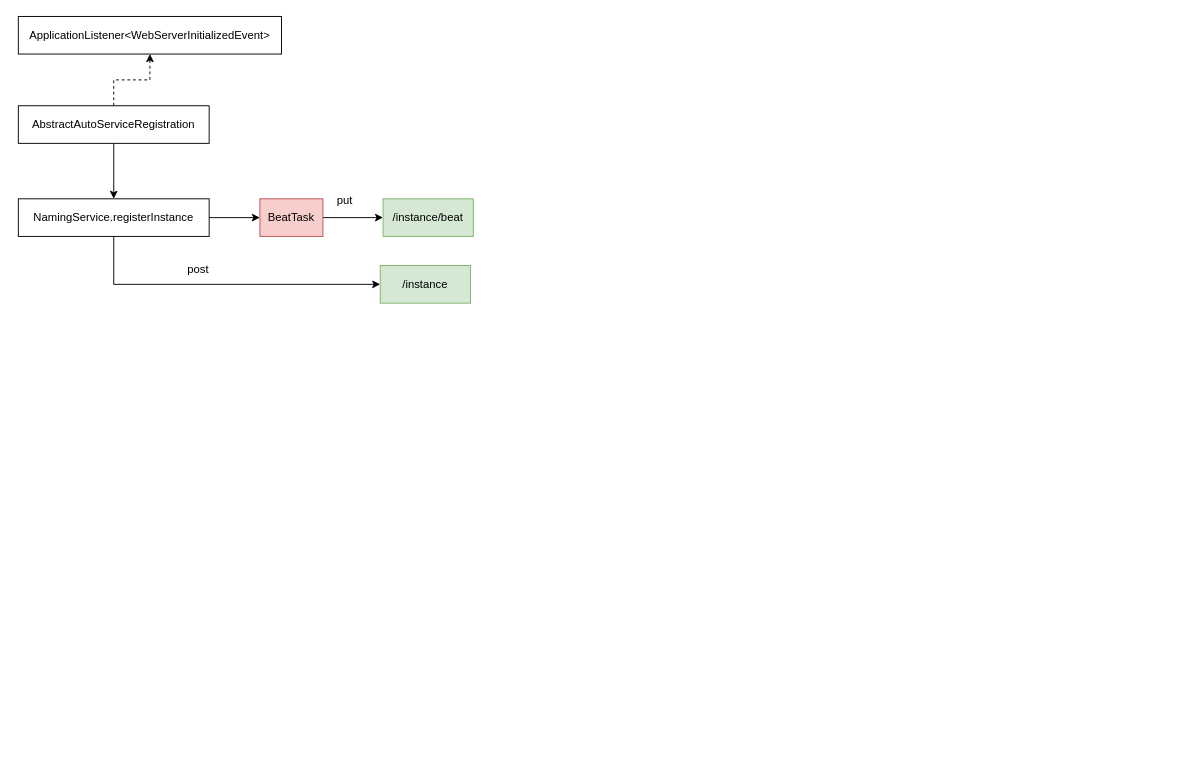
Above: spring-cloud-alibaba.drawio in wang86924324/workstation (draw.io), before the change. Source tidied: cells renumbered, new cells numbered last; positions are measured from the earlier drawing's top-left corner, leaving out a move shared by most shapes. Both pictures are drawn from the tidied source at 94%, with x=0, y=0 at pixel (18, 16).
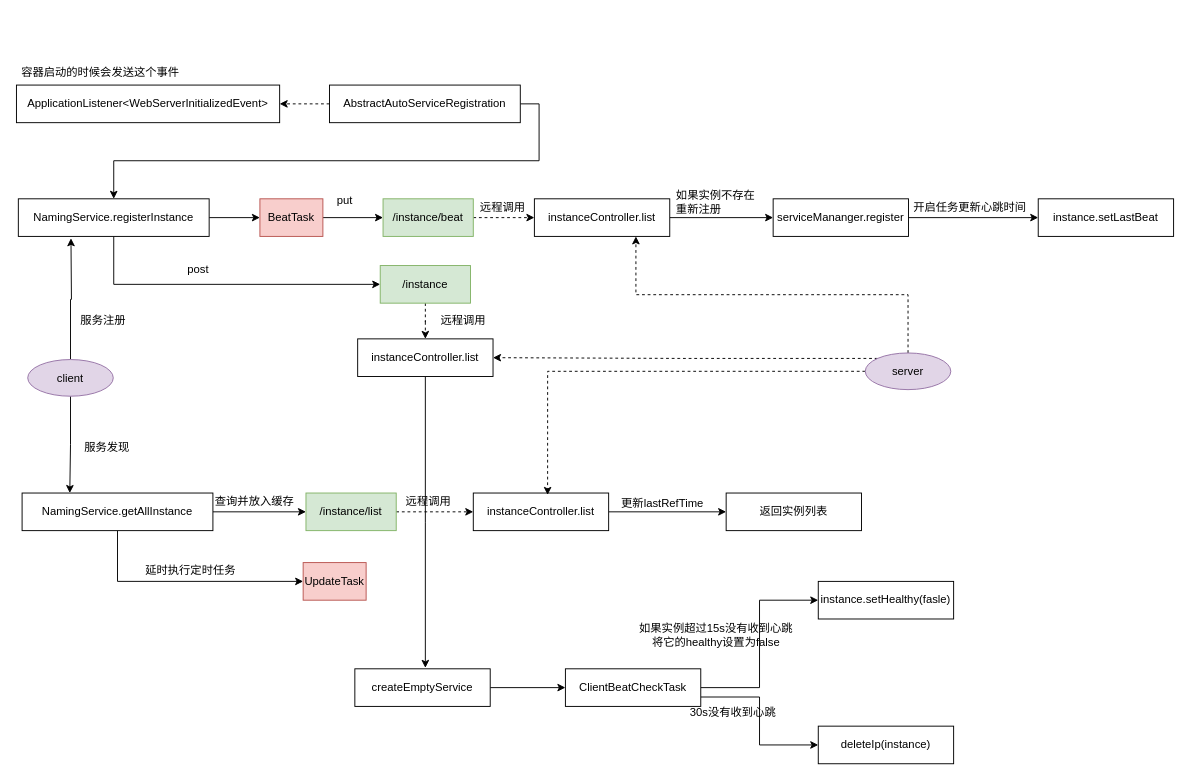
The same diagram, later.

Unchanged cells that the change refers to:
```xml
<mxCell id="8" value="NamingService.registerInstance" style="rounded=0;whiteSpace=wrap;html=1;" parent="1" vertex="1">
  <mxGeometry y="194" width="203" height="40" as="geometry" />
</mxCell>
<mxCell id="11" value="/instance/beat" style="rounded=0;whiteSpace=wrap;html=1;fillColor=#d5e8d4;strokeColor=#82b366;" parent="1" vertex="1">
  <mxGeometry x="388" y="194" width="96" height="40" as="geometry" />
</mxCell>
<mxCell id="12" value="/instance" style="rounded=0;whiteSpace=wrap;html=1;fillColor=#d5e8d4;strokeColor=#82b366;" parent="1" vertex="1">
  <mxGeometry x="385" y="265" width="96" height="40" as="geometry" />
</mxCell>
```

Change to the diagram source:
```diff
@@
-    <mxCell id="3" style="edgeStyle=orthogonalEdgeStyle;rounded=0;jettySize=auto;html=1;exitX=0.5;exitY=1;exitDx=0;exitDy=0;entryX=0.5;entryY=0;entryDx=0;entryDy=0;" parent="1" edge="1" source="4" target="8">
+    <mxCell id="3" style="edgeStyle=orthogonalEdgeStyle;rounded=0;jettySize=auto;html=1;exitX=1;exitY=0.5;exitDx=0;exitDy=0;entryX=0.5;entryY=0;entryDx=0;entryDy=0;" parent="1" edge="1" source="4" target="8">
       <mxGeometry relative="1" as="geometry" />
     </mxCell>
     <mxCell id="4" value="AbstractAutoServiceRegistration" style="rounded=0;whiteSpace=wrap;html=1;" parent="1" vertex="1">
-      <mxGeometry y="95" width="203" height="40" as="geometry" />
+      <mxGeometry x="331" y="73" width="203" height="40" as="geometry" />
     </mxCell>
     <mxCell id="5" value="ApplicationListener&amp;lt;WebServerInitializedEvent&amp;gt;" style="rounded=0;whiteSpace=wrap;html=1;" parent="1" vertex="1">
-      <mxGeometry width="280" height="40" as="geometry" />
+      <mxGeometry x="-2" y="73" width="280" height="40" as="geometry" />
     </mxCell>
@@
+    <mxCell id="15" style="edgeStyle=orthogonalEdgeStyle;rounded=0;jettySize=auto;html=1;exitX=1;exitY=0.5;exitDx=0;exitDy=0;entryX=0;entryY=0.5;entryDx=0;entryDy=0;dashed=1;" parent="1" edge="1" source="11" target="40">
+      <mxGeometry relative="1" as="geometry" />
+    </mxCell>
@@
+    <mxCell id="16" style="edgeStyle=orthogonalEdgeStyle;rounded=0;jettySize=auto;html=1;exitX=0.5;exitY=1;exitDx=0;exitDy=0;dashed=1;" parent="1" edge="1" source="12" target="49">
+      <mxGeometry relative="1" as="geometry" />
+    </mxCell>
@@
+    <mxCell id="17" value="容器启动的时候会发送这个事件" style="text;html=1;align=center;verticalAlign=middle;strokeColor=none;" parent="1" vertex="1">
+      <mxGeometry x="-2" y="51" width="178" height="18" as="geometry" />
+    </mxCell>
+    <mxCell id="18" style="edgeStyle=orthogonalEdgeStyle;rounded=0;jettySize=auto;html=1;exitX=0.5;exitY=0;exitDx=0;exitDy=0;" parent="1" edge="1" source="20">
+      <mxGeometry relative="1" as="geometry">
+        <mxPoint x="56" y="236" as="targetPoint" />
+      </mxGeometry>
+    </mxCell>
+    <mxCell id="19" style="edgeStyle=orthogonalEdgeStyle;rounded=0;jettySize=auto;html=1;exitX=0.5;exitY=1;exitDx=0;exitDy=0;entryX=0.25;entryY=0;entryDx=0;entryDy=0;" parent="1" edge="1" source="20" target="23">
+      <mxGeometry relative="1" as="geometry" />
+    </mxCell>
+    <mxCell id="20" value="client" style="ellipse;whiteSpace=wrap;html=1;fillColor=#e1d5e7;strokeColor=#9673a6;" parent="1" vertex="1">
+      <mxGeometry x="10" y="365" width="91" height="39" as="geometry" />
+    </mxCell>
+    <mxCell id="21" style="edgeStyle=orthogonalEdgeStyle;rounded=0;jettySize=auto;html=1;exitX=1;exitY=0.5;exitDx=0;exitDy=0;" parent="1" edge="1" source="23" target="25">
+      <mxGeometry relative="1" as="geometry" />
+    </mxCell>
+    <mxCell id="22" style="edgeStyle=orthogonalEdgeStyle;rounded=0;jettySize=auto;html=1;exitX=0.5;exitY=1;exitDx=0;exitDy=0;entryX=0;entryY=0.5;entryDx=0;entryDy=0;" parent="1" edge="1" source="23" target="27">
+      <mxGeometry relative="1" as="geometry" />
+    </mxCell>
+    <mxCell id="23" value="NamingService.getAllInstance" style="rounded=0;whiteSpace=wrap;html=1;" parent="1" vertex="1">
+      <mxGeometry x="4" y="507" width="203" height="40" as="geometry" />
+    </mxCell>
+    <mxCell id="24" style="edgeStyle=orthogonalEdgeStyle;rounded=0;jettySize=auto;html=1;exitX=1;exitY=0.5;exitDx=0;exitDy=0;entryX=0;entryY=0.5;entryDx=0;entryDy=0;dashed=1;" parent="1" edge="1" source="25" target="30">
+      <mxGeometry relative="1" as="geometry" />
+    </mxCell>
+    <mxCell id="25" value="/instance/list" style="rounded=0;whiteSpace=wrap;html=1;fillColor=#d5e8d4;strokeColor=#82b366;" parent="1" vertex="1">
+      <mxGeometry x="306" y="507" width="96" height="40" as="geometry" />
+    </mxCell>
+    <mxCell id="26" value="查询并放入缓存" style="text;html=1;align=center;verticalAlign=middle;strokeColor=none;" parent="1" vertex="1">
+      <mxGeometry x="204" y="507" width="94" height="18" as="geometry" />
+    </mxCell>
+    <mxCell id="27" value="UpdateTask" style="rounded=0;whiteSpace=wrap;html=1;fillColor=#f8cecc;strokeColor=#b85450;" parent="1" vertex="1">
+      <mxGeometry x="303" y="581" width="67" height="40" as="geometry" />
+    </mxCell>
+    <mxCell id="28" value="延时执行定时任务" style="text;html=1;align=center;verticalAlign=middle;strokeColor=none;" parent="1" vertex="1">
+      <mxGeometry x="130" y="581" width="106" height="18" as="geometry" />
+    </mxCell>
+    <mxCell id="29" style="edgeStyle=orthogonalEdgeStyle;rounded=0;jettySize=auto;html=1;exitX=1;exitY=0.5;exitDx=0;exitDy=0;entryX=0;entryY=0.5;entryDx=0;entryDy=0;" parent="1" edge="1" source="30" target="37">
+      <mxGeometry relative="1" as="geometry" />
+    </mxCell>
+    <mxCell id="30" value="instanceController.list" style="rounded=0;whiteSpace=wrap;html=1;" parent="1" vertex="1">
+      <mxGeometry x="484" y="507" width="144" height="40" as="geometry" />
+    </mxCell>
+    <mxCell id="31" value="服务注册" style="text;html=1;align=center;verticalAlign=middle;strokeColor=none;" parent="1" vertex="1">
+      <mxGeometry x="61" y="315" width="58" height="18" as="geometry" />
+    </mxCell>
+    <mxCell id="32" value="服务发现" style="text;html=1;align=center;verticalAlign=middle;strokeColor=none;" parent="1" vertex="1">
+      <mxGeometry x="65" y="450" width="58" height="18" as="geometry" />
+    </mxCell>
+    <mxCell id="33" style="edgeStyle=orthogonalEdgeStyle;rounded=0;jettySize=auto;html=1;exitX=0;exitY=0.5;exitDx=0;exitDy=0;entryX=0.549;entryY=0.05;entryDx=0;entryDy=0;entryPerimeter=0;dashed=1;" parent="1" edge="1" source="36" target="30">
+      <mxGeometry relative="1" as="geometry" />
+    </mxCell>
+    <mxCell id="34" style="edgeStyle=orthogonalEdgeStyle;rounded=0;jettySize=auto;html=1;exitX=0.5;exitY=0;exitDx=0;exitDy=0;entryX=0.75;entryY=1;entryDx=0;entryDy=0;dashed=1;" parent="1" edge="1" source="36" target="40">
+      <mxGeometry relative="1" as="geometry" />
+    </mxCell>
+    <mxCell id="35" style="edgeStyle=orthogonalEdgeStyle;rounded=0;jettySize=auto;html=1;exitX=0;exitY=0;exitDx=0;exitDy=0;entryX=1;entryY=0.5;entryDx=0;entryDy=0;dashed=1;" parent="1" edge="1" source="36" target="49">
+      <mxGeometry relative="1" as="geometry" />
+    </mxCell>
+    <mxCell id="36" value="server" style="ellipse;whiteSpace=wrap;html=1;fillColor=#e1d5e7;strokeColor=#9673a6;" parent="1" vertex="1">
+      <mxGeometry x="901" y="358" width="91" height="39" as="geometry" />
+    </mxCell>
+    <mxCell id="37" value="返回实例列表" style="rounded=0;whiteSpace=wrap;html=1;" parent="1" vertex="1">
+      <mxGeometry x="753" y="507" width="144" height="40" as="geometry" />
+    </mxCell>
+    <mxCell id="38" value="更新lastRefTime" style="text;html=1;align=center;verticalAlign=middle;strokeColor=none;" parent="1" vertex="1">
+      <mxGeometry x="636" y="509" width="98" height="18" as="geometry" />
+    </mxCell>
+    <mxCell id="39" style="edgeStyle=orthogonalEdgeStyle;rounded=0;jettySize=auto;html=1;exitX=1;exitY=0.5;exitDx=0;exitDy=0;entryX=0;entryY=0.5;entryDx=0;entryDy=0;" parent="1" edge="1" source="40" target="44">
+      <mxGeometry relative="1" as="geometry" />
+    </mxCell>
+    <mxCell id="40" value="instanceController.list" style="rounded=0;whiteSpace=wrap;html=1;" parent="1" vertex="1">
+      <mxGeometry x="549" y="194" width="144" height="40" as="geometry" />
+    </mxCell>
+    <mxCell id="41" value="远程调用" style="text;html=1;align=center;verticalAlign=middle;strokeColor=none;" parent="1" vertex="1">
+      <mxGeometry x="407" y="507" width="58" height="18" as="geometry" />
+    </mxCell>
+    <mxCell id="42" value="远程调用" style="text;html=1;align=center;verticalAlign=middle;strokeColor=none;" parent="1" vertex="1">
+      <mxGeometry x="486" y="194" width="58" height="18" as="geometry" />
+    </mxCell>
+    <mxCell id="43" style="edgeStyle=orthogonalEdgeStyle;rounded=0;jettySize=auto;html=1;" parent="1" edge="1" source="44" target="46">
+      <mxGeometry relative="1" as="geometry" />
+    </mxCell>
+    <mxCell id="44" value="serviceMananger.register" style="rounded=0;whiteSpace=wrap;html=1;" parent="1" vertex="1">
+      <mxGeometry x="803" y="194" width="144" height="40" as="geometry" />
+    </mxCell>
+    <mxCell id="45" value="如果实例不存在&lt;br&gt;重新注册" style="text;html=1;align=left;verticalAlign=middle;strokeColor=none;" parent="1" vertex="1">
+      <mxGeometry x="698" y="182" width="94" height="32" as="geometry" />
+    </mxCell>
+    <mxCell id="46" value="instance.setLastBeat" style="rounded=0;whiteSpace=wrap;html=1;" parent="1" vertex="1">
+      <mxGeometry x="1085" y="194" width="144" height="40" as="geometry" />
+    </mxCell>
+    <mxCell id="47" value="开启任务更新心跳时间" style="text;html=1;align=center;verticalAlign=middle;strokeColor=none;" parent="1" vertex="1">
+      <mxGeometry x="947" y="194" width="130" height="18" as="geometry" />
+    </mxCell>
+    <mxCell id="48" style="edgeStyle=orthogonalEdgeStyle;rounded=0;jettySize=auto;html=1;exitX=0.5;exitY=1;exitDx=0;exitDy=0;" parent="1" edge="1" source="49">
+      <mxGeometry relative="1" as="geometry">
+        <mxPoint x="433" y="693" as="targetPoint" />
+      </mxGeometry>
+    </mxCell>
+    <mxCell id="49" value="instanceController.list" style="rounded=0;whiteSpace=wrap;html=1;" parent="1" vertex="1">
+      <mxGeometry x="361" y="343" width="144" height="40" as="geometry" />
+    </mxCell>
+    <mxCell id="50" value="远程调用" style="text;html=1;align=center;verticalAlign=middle;strokeColor=none;" parent="1" vertex="1">
+      <mxGeometry x="444" y="315" width="58" height="18" as="geometry" />
+    </mxCell>
+    <mxCell id="51" style="edgeStyle=orthogonalEdgeStyle;rounded=0;jettySize=auto;html=1;" parent="1" edge="1" source="52" target="55">
+      <mxGeometry relative="1" as="geometry" />
+    </mxCell>
+    <mxCell id="52" value="createEmptyService" style="rounded=0;whiteSpace=wrap;html=1;" parent="1" vertex="1">
+      <mxGeometry x="358" y="694" width="144" height="40" as="geometry" />
+    </mxCell>
+    <mxCell id="53" style="edgeStyle=orthogonalEdgeStyle;rounded=0;jettySize=auto;html=1;exitX=1;exitY=0.5;exitDx=0;exitDy=0;entryX=0;entryY=0.5;entryDx=0;entryDy=0;" parent="1" edge="1" source="55" target="56">
+      <mxGeometry relative="1" as="geometry" />
+    </mxCell>
+    <mxCell id="54" style="edgeStyle=orthogonalEdgeStyle;rounded=0;jettySize=auto;html=1;exitX=1;exitY=0.75;exitDx=0;exitDy=0;entryX=0;entryY=0.5;entryDx=0;entryDy=0;" parent="1" edge="1" source="55" target="58">
+      <mxGeometry relative="1" as="geometry" />
+    </mxCell>
+    <mxCell id="55" value="ClientBeatCheckTask" style="rounded=0;whiteSpace=wrap;html=1;" parent="1" vertex="1">
+      <mxGeometry x="582" y="694" width="144" height="40" as="geometry" />
+    </mxCell>
+    <mxCell id="56" value="instance.setHealthy(fasle)" style="rounded=0;whiteSpace=wrap;html=1;" parent="1" vertex="1">
+      <mxGeometry x="851" y="601" width="144" height="40" as="geometry" />
+    </mxCell>
+    <mxCell id="57" value="如果实例超过15s没有收到心跳&lt;br&gt;将它的healthy设置为false" style="text;html=1;align=center;verticalAlign=middle;strokeColor=none;" parent="1" vertex="1">
+      <mxGeometry x="655" y="642" width="173" height="32" as="geometry" />
+    </mxCell>
+    <mxCell id="58" value="deleteIp(instance)" style="rounded=0;whiteSpace=wrap;html=1;" parent="1" vertex="1">
+      <mxGeometry x="851" y="755" width="144" height="40" as="geometry" />
+    </mxCell>
+    <mxCell id="59" value="30s没有收到心跳" style="text;html=1;align=center;verticalAlign=middle;strokeColor=none;" parent="1" vertex="1">
+      <mxGeometry x="709" y="732" width="101" height="18" as="geometry" />
+    </mxCell>
```
